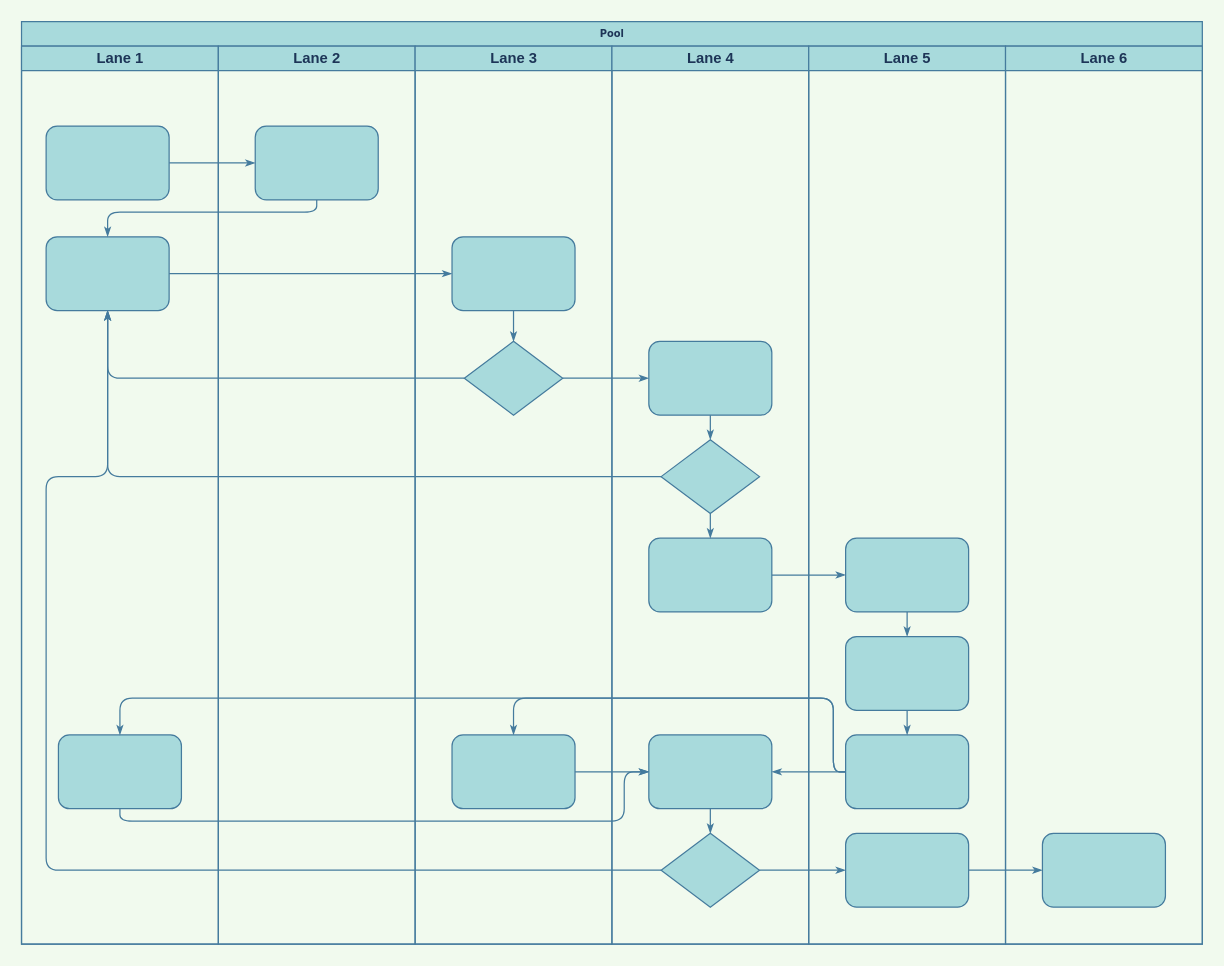
This is 未命名绘图.drawio from michelQ/personalTest, a draw.io file, before an edit. Source tidied: cells renumbered, new cells numbered last; positions are measured from the earlier drawing's top-left corner, leaving out a move shared by most shapes. Both pictures are drawn from the tidied source at 123%, with x=0, y=0 at pixel (21, 21).
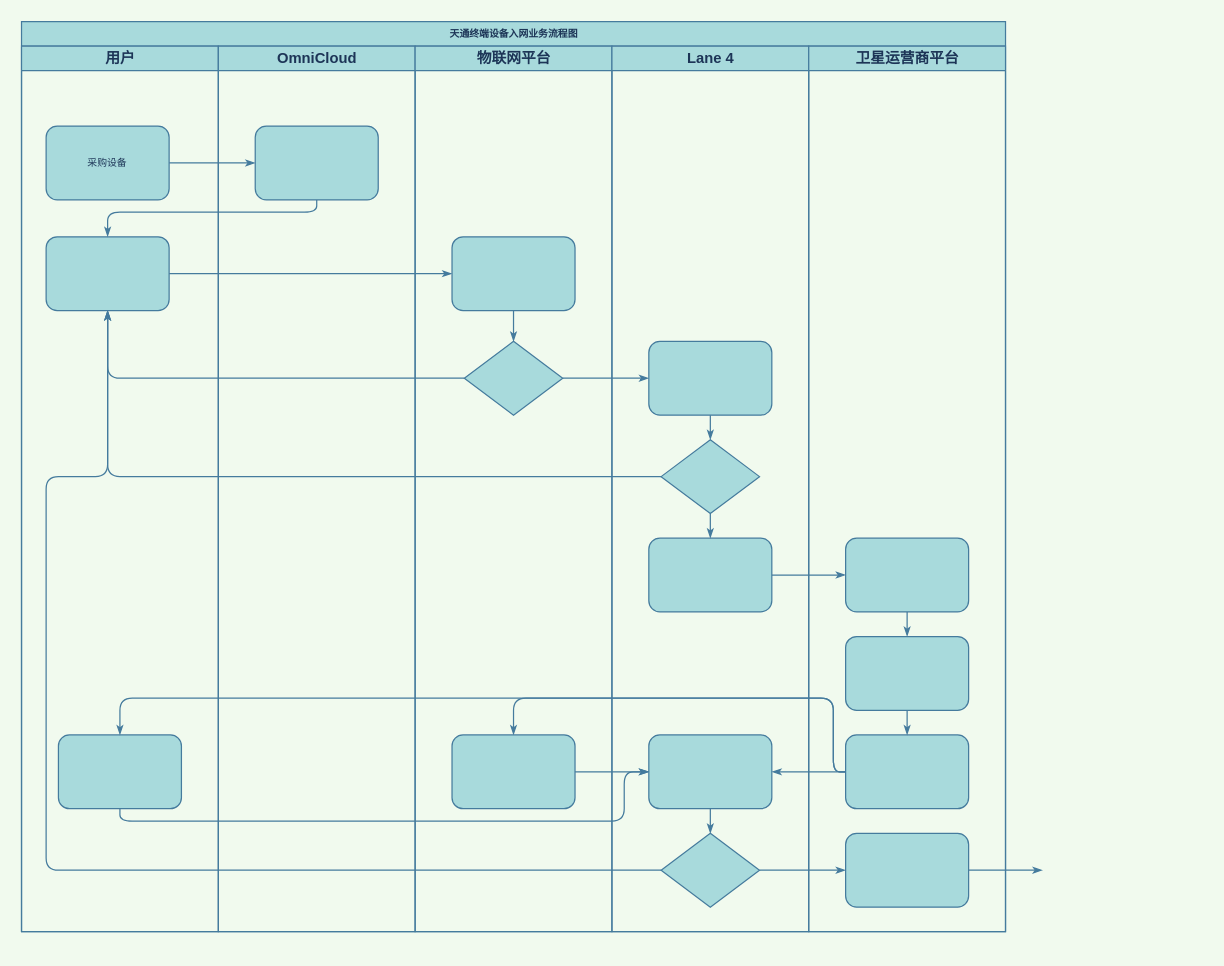
After the change.

Commit message:
更新未命名绘图.drawio

Unchanged cells that the change refers to:
```xml
<mxCell id="42" style="rounded=1;whiteSpace=wrap;html=1;shadow=0;labelBackgroundColor=none;strokeWidth=1;fontFamily=Verdana;fontSize=8;align=center;fillColor=#A8DADC;strokeColor=#457B9D;fontColor=#1D3557;" parent="38" vertex="1">
  <mxGeometry x="30" y="640" width="100" height="60" as="geometry" />
</mxCell>
```

The edit, as a diff of the source:
```diff
@@
-    <mxCell id="2" value="Pool" style="swimlane;html=1;startSize=20;rounded=0;shadow=0;labelBackgroundColor=none;strokeWidth=1;fontFamily=Verdana;fontSize=8;align=center;fillColor=#A8DADC;strokeColor=#457B9D;fontColor=#1D3557;" parent="1" vertex="1">
-      <mxGeometry width="960" height="750" as="geometry" />
+    <mxCell id="2" value="天通终端设备入网业务流程图" style="swimlane;html=1;startSize=20;rounded=0;shadow=0;labelBackgroundColor=none;strokeWidth=1;fontFamily=Verdana;fontSize=8;align=center;fillColor=#A8DADC;strokeColor=#457B9D;fontColor=#1D3557;" parent="1" vertex="1">
+      <mxGeometry width="800" height="740" as="geometry" />
     </mxCell>
-    <mxCell id="3" value="Lane 1" style="swimlane;html=1;startSize=20;fillColor=#A8DADC;strokeColor=#457B9D;fontColor=#1D3557;" parent="2" vertex="1">
-      <mxGeometry y="20" width="160" height="730" as="geometry" />
+    <mxCell id="3" value="用户" style="swimlane;html=1;startSize=20;fillColor=#A8DADC;strokeColor=#457B9D;fontColor=#1D3557;" parent="2" vertex="1">
+      <mxGeometry y="20" width="160" height="720" as="geometry" />
     </mxCell>
-    <mxCell id="4" style="rounded=1;whiteSpace=wrap;html=1;shadow=0;labelBackgroundColor=none;strokeWidth=1;fontFamily=Verdana;fontSize=8;align=center;fillColor=#A8DADC;strokeColor=#457B9D;fontColor=#1D3557;" parent="3" vertex="1">
+    <mxCell id="4" value="采购设备" style="rounded=1;whiteSpace=wrap;html=1;shadow=0;labelBackgroundColor=none;strokeWidth=1;fontFamily=Verdana;fontSize=8;align=center;fillColor=#A8DADC;strokeColor=#457B9D;fontColor=#1D3557;" parent="3" vertex="1">
       <mxGeometry x="20" y="65" width="100" height="60" as="geometry" />
     </mxCell>
@@
-    <mxCell id="15" style="edgeStyle=orthogonalEdgeStyle;rounded=1;html=1;labelBackgroundColor=none;startArrow=none;startFill=0;startSize=5;endArrow=classicThin;endFill=1;endSize=5;jettySize=auto;strokeWidth=1;fontFamily=Verdana;fontSize=8;strokeColor=#457B9D;fontColor=#1D3557;" parent="2" edge="1" source="42" target="46">
-      <mxGeometry relative="1" as="geometry" />
+    <mxCell id="15" style="edgeStyle=orthogonalEdgeStyle;rounded=1;html=1;labelBackgroundColor=none;startArrow=none;startFill=0;startSize=5;endArrow=classicThin;endFill=1;endSize=5;jettySize=auto;strokeWidth=1;fontFamily=Verdana;fontSize=8;strokeColor=#457B9D;fontColor=#1D3557;" parent="2" edge="1" source="42">
+      <mxGeometry relative="1" as="geometry">
+        <mxPoint x="830" y="690" as="targetPoint" />
+      </mxGeometry>
     </mxCell>
@@
-    <mxCell id="22" value="Lane 2" style="swimlane;html=1;startSize=20;fillColor=#A8DADC;strokeColor=#457B9D;fontColor=#1D3557;" parent="2" vertex="1">
-      <mxGeometry x="160" y="20" width="160" height="730" as="geometry" />
+    <mxCell id="22" value="OmniCloud" style="swimlane;html=1;startSize=20;fillColor=#A8DADC;strokeColor=#457B9D;fontColor=#1D3557;" parent="2" vertex="1">
+      <mxGeometry x="160" y="20" width="160" height="720" as="geometry" />
     </mxCell>
@@
-    <mxCell id="24" value="Lane 3" style="swimlane;html=1;startSize=20;fillColor=#A8DADC;strokeColor=#457B9D;fontColor=#1D3557;" parent="2" vertex="1">
-      <mxGeometry x="320" y="20" width="160" height="730" as="geometry" />
+    <mxCell id="24" value="物联网平台" style="swimlane;html=1;startSize=20;fillColor=#A8DADC;strokeColor=#457B9D;fontColor=#1D3557;" parent="2" vertex="1">
+      <mxGeometry x="320" y="20" width="160" height="720" as="geometry" />
     </mxCell>
@@
     <mxCell id="29" value="Lane 4" style="swimlane;html=1;startSize=20;fillColor=#A8DADC;strokeColor=#457B9D;fontColor=#1D3557;" parent="2" vertex="1">
-      <mxGeometry x="480" y="20" width="160" height="730" as="geometry" />
+      <mxGeometry x="480" y="20" width="160" height="720" as="geometry" />
     </mxCell>
@@
-    <mxCell id="38" value="Lane 5" style="swimlane;html=1;startSize=20;fillColor=#A8DADC;strokeColor=#457B9D;fontColor=#1D3557;" parent="2" vertex="1">
-      <mxGeometry x="640" y="20" width="160" height="730" as="geometry" />
+    <mxCell id="38" value="卫星运营商平台" style="swimlane;html=1;startSize=20;fillColor=#A8DADC;strokeColor=#457B9D;fontColor=#1D3557;" parent="2" vertex="1">
+      <mxGeometry x="640" y="20" width="160" height="720" as="geometry" />
     </mxCell>
@@
-    <mxCell id="45" value="Lane 6" style="swimlane;html=1;startSize=20;fillColor=#A8DADC;strokeColor=#457B9D;fontColor=#1D3557;" parent="2" vertex="1">
-      <mxGeometry x="800" y="20" width="160" height="730" as="geometry" />
-    </mxCell>
-    <mxCell id="46" style="rounded=1;whiteSpace=wrap;html=1;shadow=0;labelBackgroundColor=none;strokeWidth=1;fontFamily=Verdana;fontSize=8;align=center;fillColor=#A8DADC;strokeColor=#457B9D;fontColor=#1D3557;" parent="45" vertex="1">
-      <mxGeometry x="30" y="640" width="100" height="60" as="geometry" />
-    </mxCell>
```
